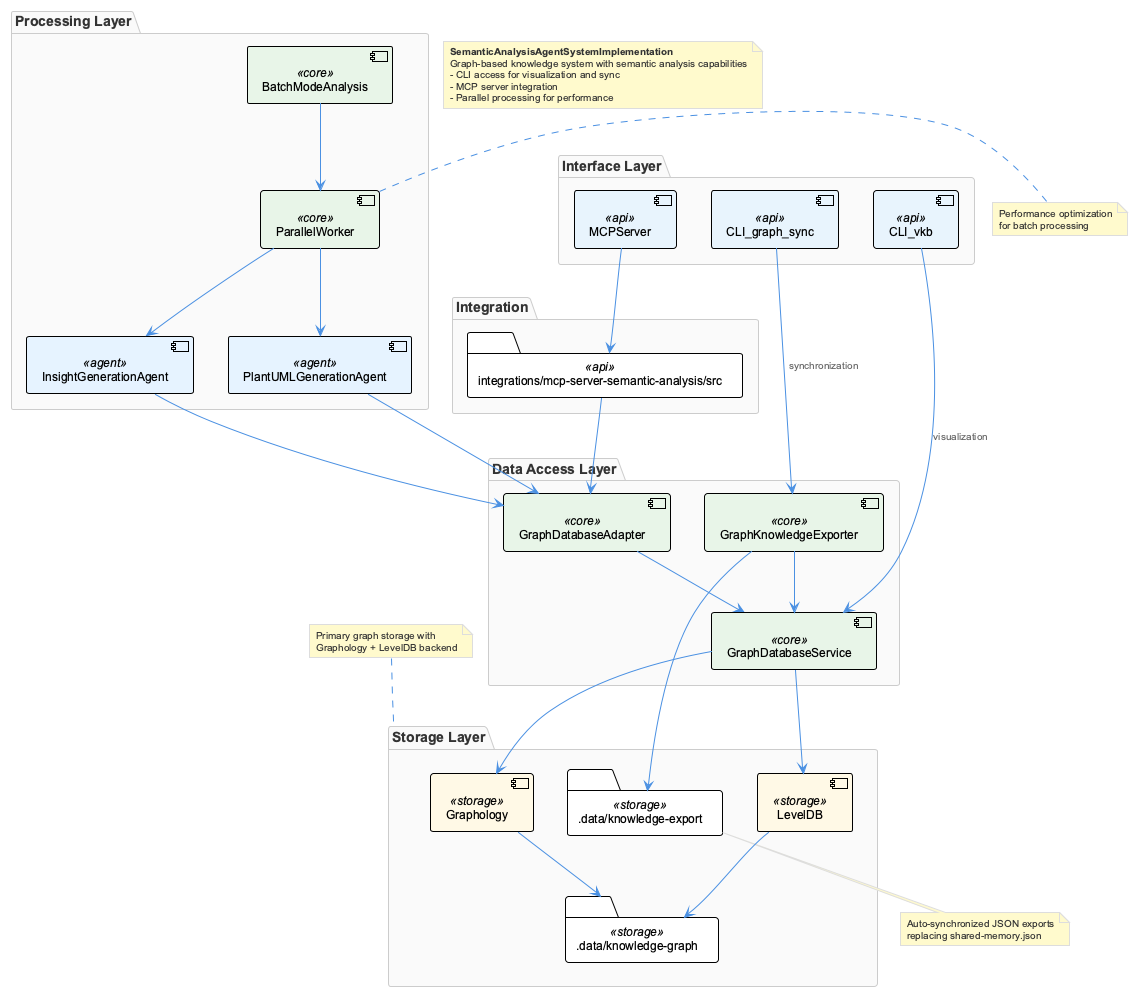
Earlier version of the PlantUML export knowledge-management/insights/images/semantic-analysis-agent-system-implementation-architecture.png (fwornle/coding).
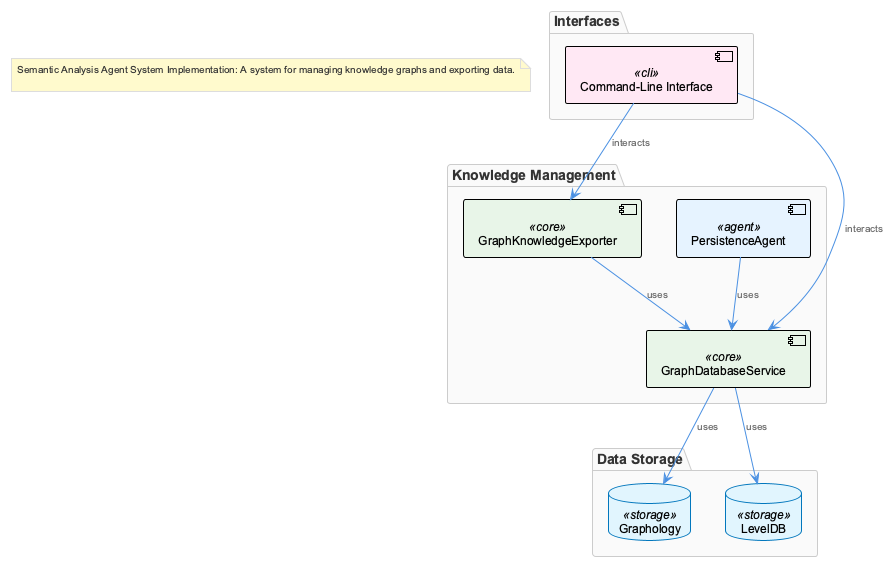
After the commit.

What changed in the source:
```diff
@@ -1,67 +1,30 @@
 @startuml
 !include /Users/q284340/Agentic/coding/docs/puml/_standard-style.puml
 
-package "Storage Layer" {
-  component [Graphology] <<storage>>
-  component [LevelDB] <<storage>>
-  folder ".data/knowledge-graph" as KnowledgeGraphDir <<storage>>
-  folder ".data/knowledge-export" as ExportDir <<storage>>
+package "Knowledge Management" {
+  component "GraphDatabaseService" as gds <<core>>
+  component "GraphKnowledgeExporter" as gke <<core>>
+  component "PersistenceAgent" as pa <<agent>>
 }
 
-package "Data Access Layer" {
-  component [GraphDatabaseService] <<core>>
-  component [GraphKnowledgeExporter] <<core>>
-  component [GraphDatabaseAdapter] <<core>>
+package "Data Storage" {
+  database "Graphology" as graphology <<storage>>
+  database "LevelDB" as leveldb <<storage>>
 }
 
-package "Processing Layer" {
-  component [ParallelWorker] <<core>>
-  component [BatchModeAnalysis] <<core>>
-  component [InsightGenerationAgent] <<agent>>
-  component [PlantUMLGenerationAgent] <<agent>>
+package "Interfaces" {
+  component "Command-Line Interface" as cli <<cli>>
 }
 
-package "Interface Layer" {
-  component [CLI_vkb] <<api>>
-  component [CLI_graph_sync] <<api>>
-  component [MCPServer] <<api>>
-}
+gds --> graphology : uses
+gds --> leveldb : uses
+gke --> gds : uses
+pa --> gds : uses
+cli --> gds : interacts
+cli --> gke : interacts
 
-package "Integration" {
-  folder "integrations/mcp-server-semantic-analysis/src" as MCPIntegration <<api>>
-}
+note as AutoNote1
+  Semantic Analysis Agent System Implementation: A system for managing knowledge graphs and exporting data.
 
-[Graphology] --> KnowledgeGraphDir
-[LevelDB] --> KnowledgeGraphDir
-[GraphDatabaseService] --> [Graphology]
-[GraphDatabaseService] --> [LevelDB]
-[GraphDatabaseAdapter] --> [GraphDatabaseService]
-[GraphKnowledgeExporter] --> [GraphDatabaseService]
-[GraphKnowledgeExporter] --> ExportDir
-
-[BatchModeAnalysis] --> [ParallelWorker]
-[ParallelWorker] --> [InsightGenerationAgent]
-[ParallelWorker] --> [PlantUMLGenerationAgent]
-[InsightGenerationAgent] --> [GraphDatabaseAdapter]
-[PlantUMLGenerationAgent] --> [GraphDatabaseAdapter]
-
-[CLI_vkb] --> [GraphDatabaseService] : visualization
-[CLI_graph_sync] --> [GraphKnowledgeExporter] : synchronization
-[MCPServer] --> MCPIntegration
-[MCPIntegration] --> [GraphDatabaseAdapter]
-
-note top of "Storage Layer" : Primary graph storage with\nGraphology + LevelDB backend
-
-note right of [ParallelWorker] : Performance optimization\nfor batch processing
-
-note bottom of ExportDir : Auto-synchronized JSON exports\nreplacing shared-memory.json
-
-note as N1
-  **SemanticAnalysisAgentSystemImplementation**
-  Graph-based knowledge system with semantic analysis capabilities
-  - CLI access for visualization and sync
-  - MCP server integration
-  - Parallel processing for performance
 end note
-
 @enduml
```
